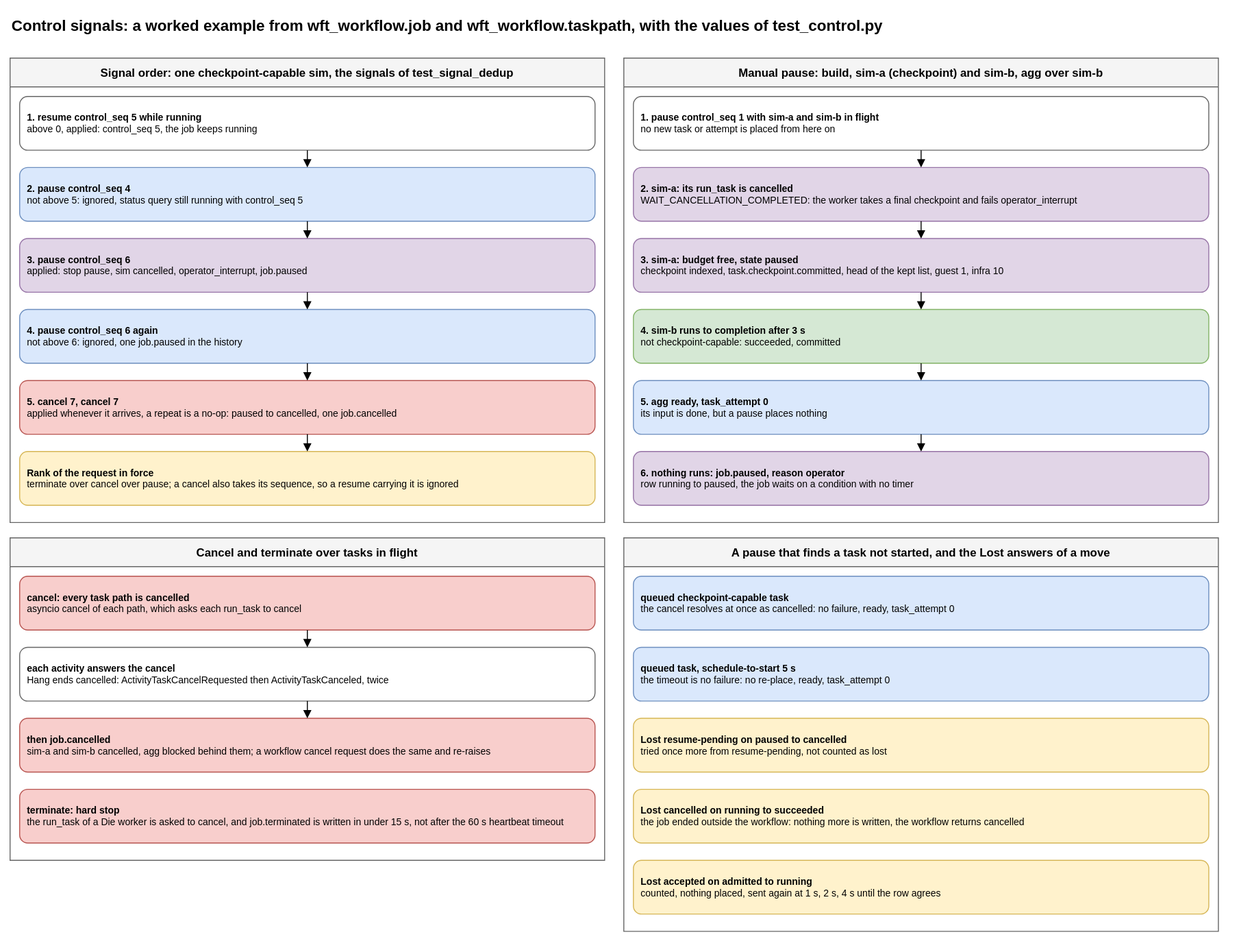
AndoNorth/disyard keeps this draw.io diagram as packages/workflow/control-signals.drawio.svg. Above is the earlier version. Source tidied: cells renumbered, new cells last; positions are measured from the earlier drawing's top-left corner, leaving out a move shared by most shapes.
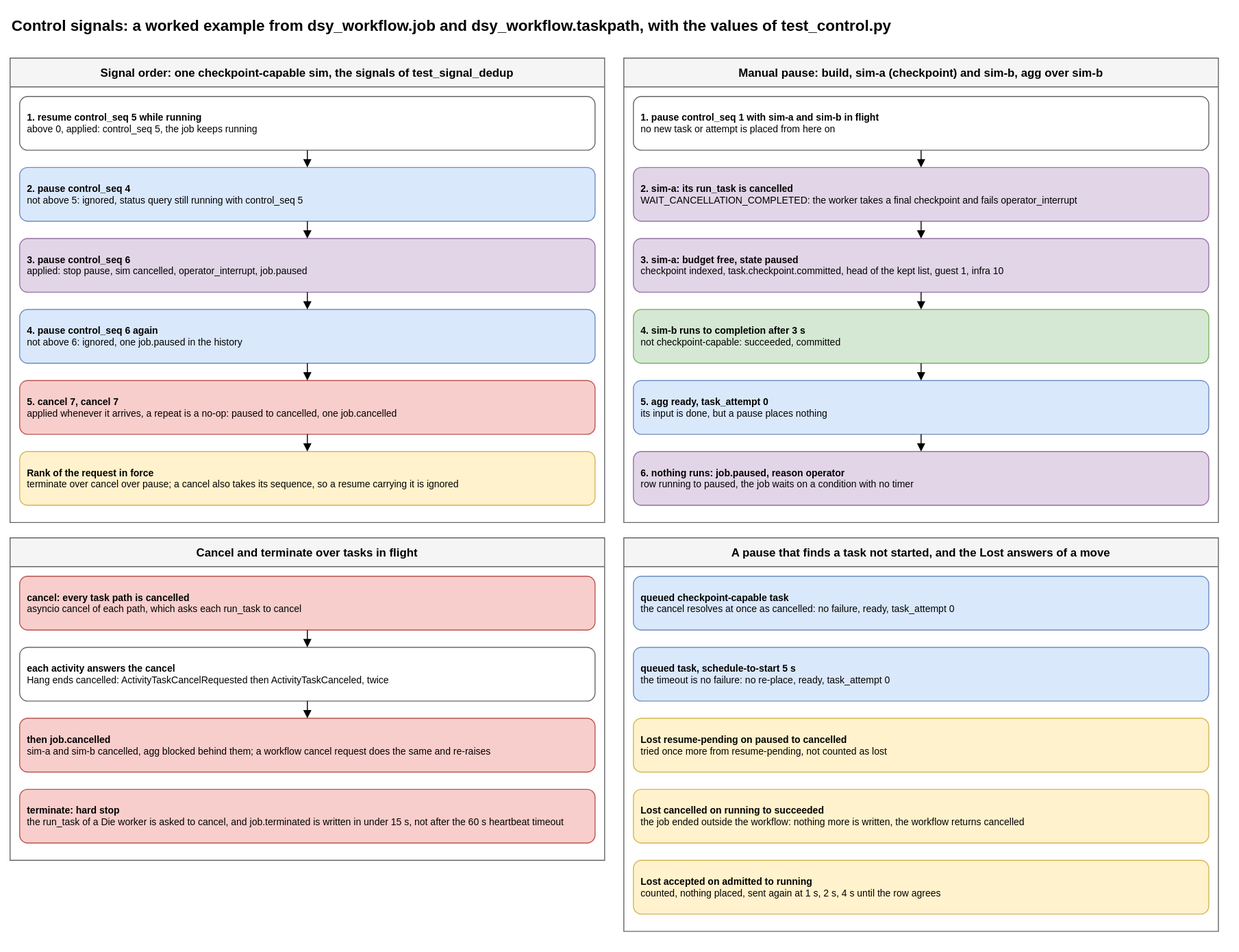
The same file after the commit.

What changed in the source:
```diff
@@ -2,7 +2,7 @@
   <root>
     <mxCell id="0" />
     <mxCell id="1" parent="0" />
-    <mxCell id="2" value="Control signals: a worked example from wft_workflow.job and wft_workflow.taskpath, with the values of test_control.py" style="text;html=1;fontSize=16;fontStyle=1;align=left;" parent="1" vertex="1">
+    <mxCell id="2" value="Control signals: a worked example from dsy_workflow.job and dsy_workflow.taskpath, with the values of test_control.py" style="text;html=1;fontSize=16;fontStyle=1;align=left;" parent="1" vertex="1">
       <mxGeometry width="1260" height="30" as="geometry" />
     </mxCell>
     <mxCell id="3" value="Signal order: one checkpoint-capable sim, the signals of test_signal_dedup" style="swimlane;startSize=30;fillColor=#f5f5f5;strokeColor=#666666;fontStyle=1;" parent="1" vertex="1">
```
